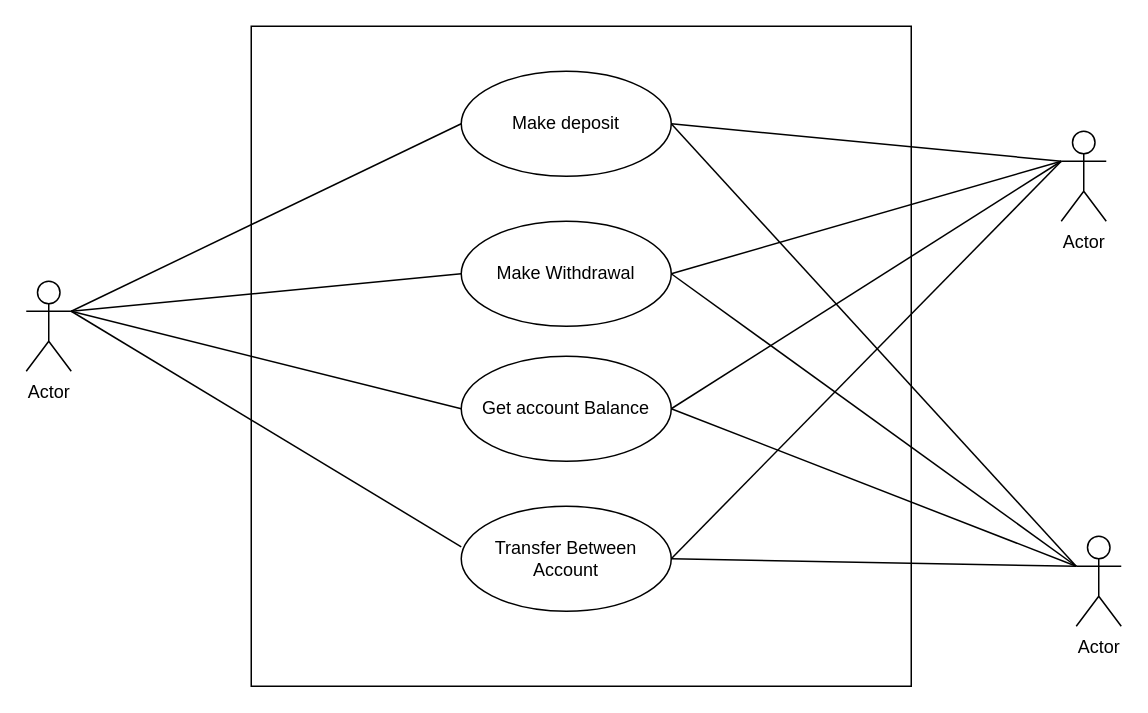
Earlier version of the draw.io diagram Untitled Diagram.drawio (rslatif/draw.io-). Source tidied: cells renumbered, new cells numbered last; positions are measured from the earlier drawing's top-left corner, leaving out a move shared by most shapes. Both pictures are drawn from the tidied source at 150%, with x=0, y=0 at pixel (26, 26).
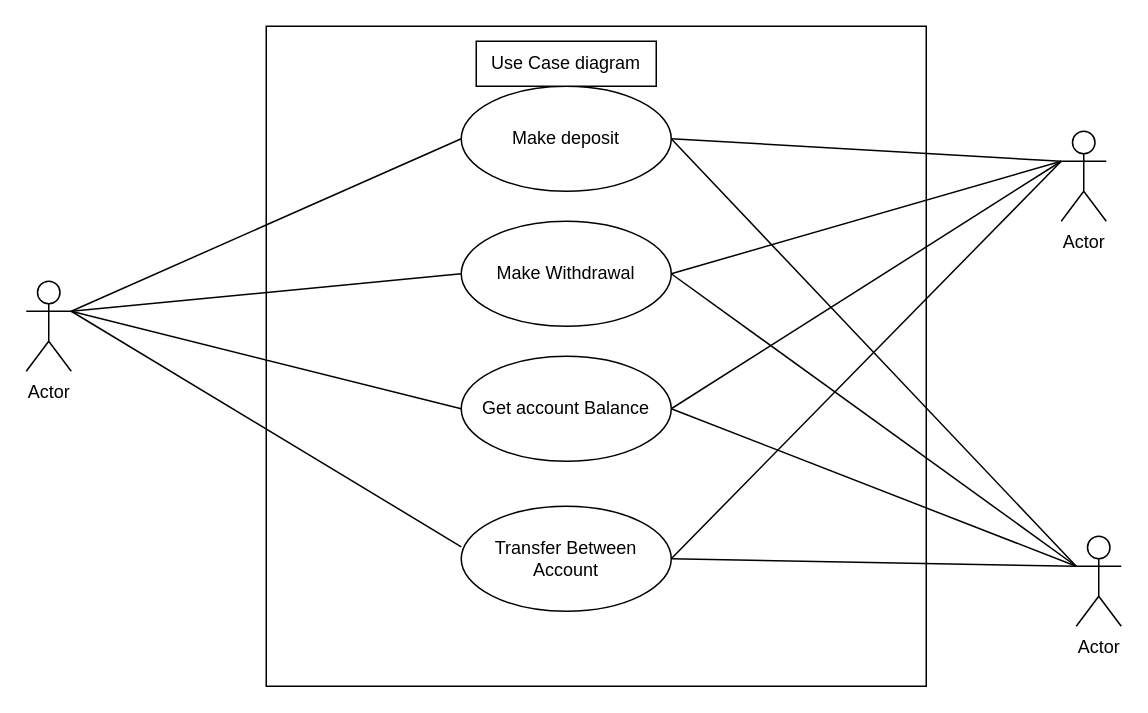
Above is the later version.

What changed in the source:
```diff
@@
     <mxCell id="2" style="whiteSpace=wrap;html=1;" parent="1" vertex="1">
-      <mxGeometry x="150" width="440" height="440" as="geometry" />
+      <mxGeometry x="160" width="440" height="440" as="geometry" />
     </mxCell>
@@
     <mxCell id="6" value="Make deposit" style="ellipse;whiteSpace=wrap;html=1;" parent="1" vertex="1">
-      <mxGeometry x="290" y="30" width="140" height="70" as="geometry" />
+      <mxGeometry x="290" y="40" width="140" height="70" as="geometry" />
     </mxCell>
@@
+    <mxCell id="22" value="Use Case diagram" style="rounded=0;whiteSpace=wrap;html=1;" parent="1" vertex="1">
+      <mxGeometry x="300" y="10" width="120" height="30" as="geometry" />
+    </mxCell>
```
